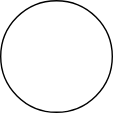
Earlier version of the draw.io export Basic Diagram.drawio.svg (etni/basics). Source tidied: cells renumbered, new cells last; positions are measured from the earlier drawing's top-left corner, leaving out a move shared by most shapes.
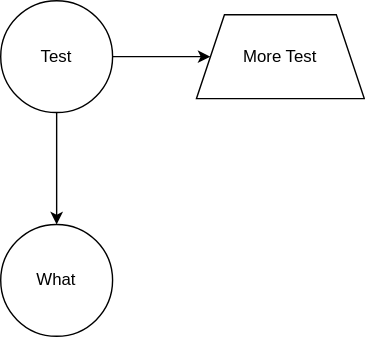
Later version of the same file.

What changed in the source:
```diff
@@ -2,8 +2,20 @@
   <root>
     <mxCell id="0" />
     <mxCell id="1" parent="0" />
+    <mxCell id="3" style="edgeStyle=orthogonalEdgeStyle;rounded=0;jettySize=auto;html=1;" parent="1" edge="1" source="2" target="5">
+      <mxGeometry relative="1" as="geometry" />
+    </mxCell>
+    <mxCell id="4" style="edgeStyle=orthogonalEdgeStyle;rounded=0;jettySize=auto;html=1;" parent="1" edge="1" source="2" target="6">
+      <mxGeometry relative="1" as="geometry" />
+    </mxCell>
-    <mxCell id="2" style="ellipse;whiteSpace=wrap;html=1;" parent="1" vertex="1">
+    <mxCell id="2" value="Test" style="ellipse;whiteSpace=wrap;html=1;" parent="1" vertex="1">
       <mxGeometry width="80" height="80" as="geometry" />
     </mxCell>
+    <mxCell id="5" value="More Test" style="shape=trapezoid;perimeter=trapezoidPerimeter;whiteSpace=wrap;html=1;fixedSize=1;" parent="1" vertex="1">
+      <mxGeometry x="140" y="10" width="120" height="60" as="geometry" />
+    </mxCell>
+    <mxCell id="6" value="What" style="ellipse;whiteSpace=wrap;html=1;" parent="1" vertex="1">
+      <mxGeometry y="160" width="80" height="80" as="geometry" />
+    </mxCell>
   </root>
 </mxGraphModel>
```
